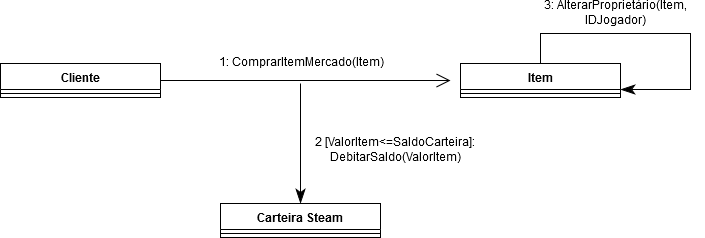
The draw.io diagram Comunicação/ComprarItem.png in Nathy14/Steam-PJTsoftware, before a commit. Source tidied: cells renumbered, new cells last; positions are measured from the earlier drawing's top-left corner, leaving out a move shared by most shapes.
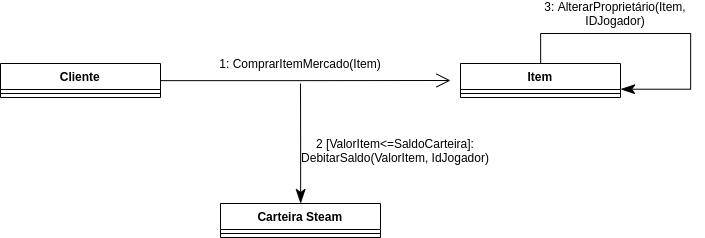
After the commit.

Change to the diagram source:
```diff
@@ -33,7 +33,7 @@
     <mxCell id="10" style="line;strokeWidth=1;fillColor=none;align=left;verticalAlign=middle;spacingTop=-1;spacingLeft=3;spacingRight=3;labelPosition=right;" parent="9" vertex="1">
       <mxGeometry y="26" width="160" height="8" as="geometry" />
     </mxCell>
-    <mxCell id="11" value="2 [ValorItem&amp;lt;=SaldoCarteira]: DebitarSaldo(ValorItem)" style="text;html=1;strokeColor=none;fillColor=none;align=center;verticalAlign=middle;whiteSpace=wrap;rounded=0;" parent="1" vertex="1">
+    <mxCell id="11" value="2 [ValorItem&amp;lt;=SaldoCarteira]: DebitarSaldo(ValorItem, IdJogador)" style="text;html=1;strokeColor=none;fillColor=none;align=center;verticalAlign=middle;whiteSpace=wrap;rounded=0;" parent="1" vertex="1">
       <mxGeometry x="260" y="137" width="270" height="20" as="geometry" />
     </mxCell>
     <mxCell id="12" style="edgeStyle=orthogonalEdgeStyle;rounded=0;jumpSize=7;orthogonalLoop=1;jettySize=auto;html=1;exitX=0.5;exitY=0;exitDx=0;exitDy=0;entryX=1;entryY=0.75;entryDx=0;entryDy=0;startArrow=none;startFill=0;startSize=13;endArrow=classicThin;endFill=1;endSize=12;" parent="1" edge="1" source="5" target="5">
```
